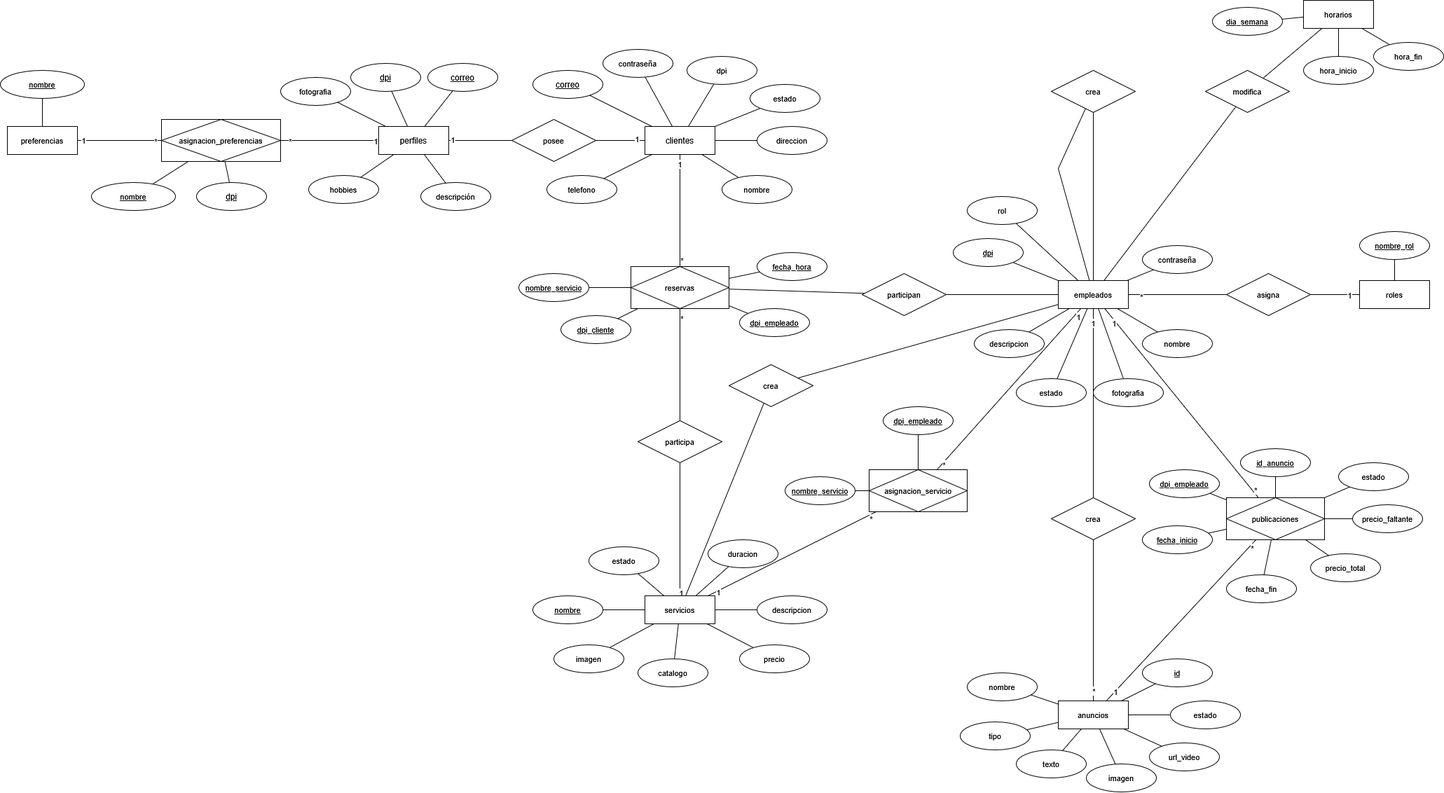
Before: Documentación/Proyecto2-IPC2-PS-2025.drawio.png, a diagram exported from draw.io (Emahch/Proyecto-2-IPC2-PS-2025). Source tidied: cells renumbered, new cells last; positions are measured from the earlier drawing's top-left corner, leaving out a move shared by most shapes.
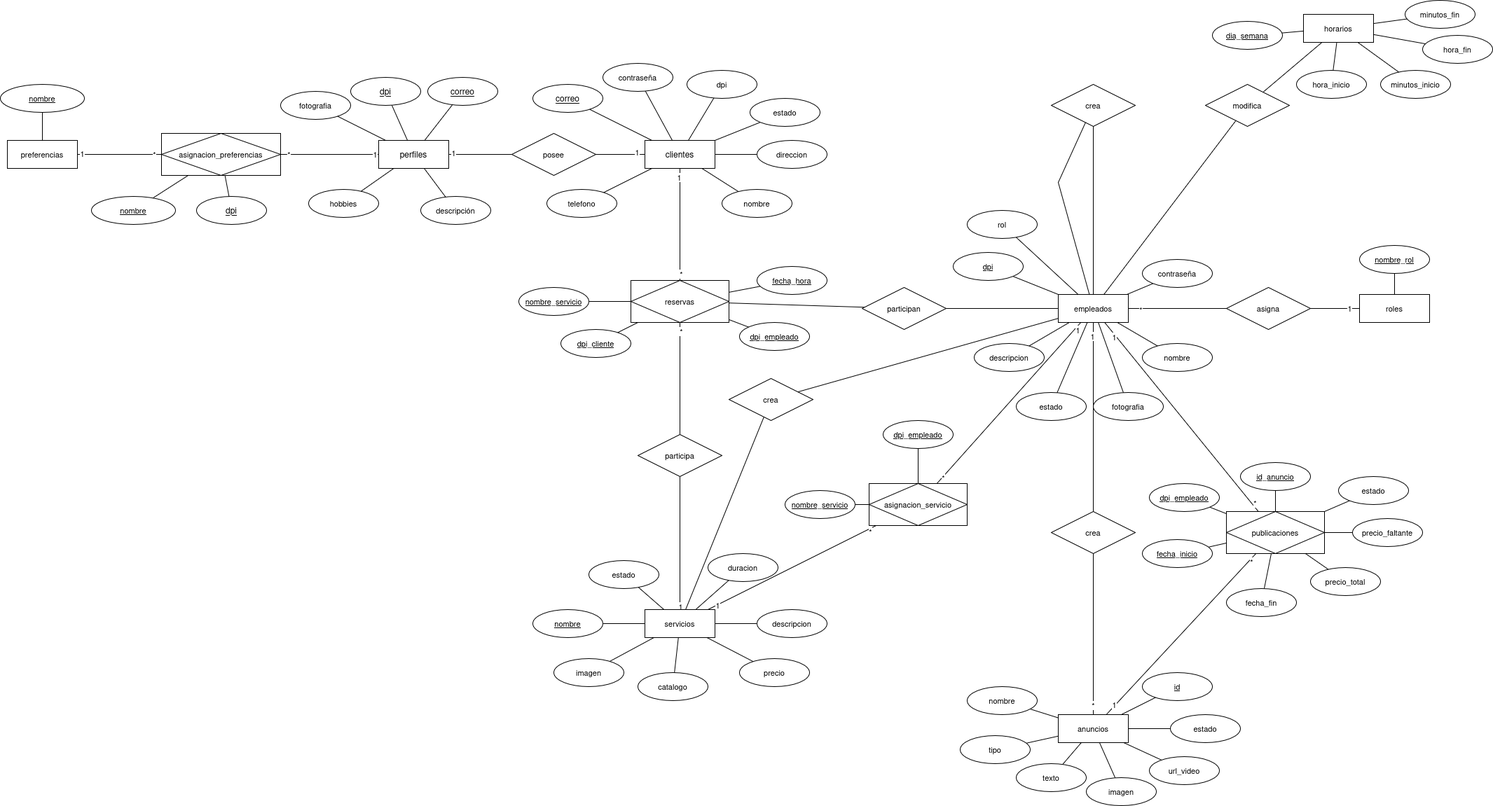
Later version of the same file.

Change to the diagram source:
```diff
@@ -497,13 +497,13 @@
       <mxGeometry relative="1" as="geometry" />
     </mxCell>
     <mxCell id="164" value="hora_inicio" style="ellipse;whiteSpace=wrap;html=1;align=center;fontFamily=Helvetica;fontSize=11;fontColor=default;labelBackgroundColor=default;" parent="1" vertex="1">
-      <mxGeometry x="1860" y="80" width="100" height="40" as="geometry" />
+      <mxGeometry x="1850" y="80" width="100" height="40" as="geometry" />
     </mxCell>
     <mxCell id="165" style="edgeStyle=none;shape=connector;rounded=0;jettySize=auto;html=1;strokeColor=default;align=center;verticalAlign=middle;fontFamily=Helvetica;fontSize=11;fontColor=default;labelBackgroundColor=default;startFill=0;endArrow=none;" parent="1" edge="1" source="166" target="160">
       <mxGeometry relative="1" as="geometry" />
     </mxCell>
     <mxCell id="166" value="hora_fin" style="ellipse;whiteSpace=wrap;html=1;align=center;fontFamily=Helvetica;fontSize=11;fontColor=default;labelBackgroundColor=default;" parent="1" vertex="1">
-      <mxGeometry x="1960" y="60" width="100" height="40" as="geometry" />
+      <mxGeometry x="2030" y="30" width="100" height="40" as="geometry" />
     </mxCell>
     <mxCell id="167" style="edgeStyle=none;shape=connector;rounded=0;jettySize=auto;html=1;strokeColor=default;align=center;verticalAlign=middle;fontFamily=Helvetica;fontSize=11;fontColor=default;labelBackgroundColor=default;startFill=0;endArrow=none;" parent="1" edge="1" source="169" target="160">
       <mxGeometry relative="1" as="geometry" />
@@ -523,5 +523,17 @@
     <mxCell id="172" value="participa" style="shape=rhombus;perimeter=rhombusPerimeter;whiteSpace=wrap;html=1;align=center;fontFamily=Helvetica;fontSize=11;fontColor=default;labelBackgroundColor=default;" parent="1" vertex="1">
       <mxGeometry x="910" y="600" width="120" height="60" as="geometry" />
     </mxCell>
+    <mxCell id="173" value="minutos_inicio" style="ellipse;whiteSpace=wrap;html=1;align=center;fontFamily=Helvetica;fontSize=11;fontColor=default;labelBackgroundColor=default;" parent="1" vertex="1">
+      <mxGeometry x="1970" y="80" width="100" height="40" as="geometry" />
+    </mxCell>
+    <mxCell id="174" style="edgeStyle=none;shape=connector;rounded=0;jettySize=auto;html=1;strokeColor=default;align=center;verticalAlign=middle;fontFamily=Helvetica;fontSize=11;fontColor=default;labelBackgroundColor=default;startFill=0;endArrow=none;" parent="1" edge="1" source="173" target="160">
+      <mxGeometry relative="1" as="geometry" />
+    </mxCell>
+    <mxCell id="175" value="minutos_fin" style="ellipse;whiteSpace=wrap;html=1;align=center;fontFamily=Helvetica;fontSize=11;fontColor=default;labelBackgroundColor=default;" parent="1" vertex="1">
+      <mxGeometry x="2005" y="-20" width="100" height="40" as="geometry" />
+    </mxCell>
+    <mxCell id="176" style="edgeStyle=none;shape=connector;rounded=0;jettySize=auto;html=1;strokeColor=default;align=center;verticalAlign=middle;fontFamily=Helvetica;fontSize=11;fontColor=default;labelBackgroundColor=default;startFill=0;endArrow=none;" parent="1" edge="1" source="175" target="160">
+      <mxGeometry relative="1" as="geometry" />
+    </mxCell>
   </root>
 </mxGraphModel>
```
